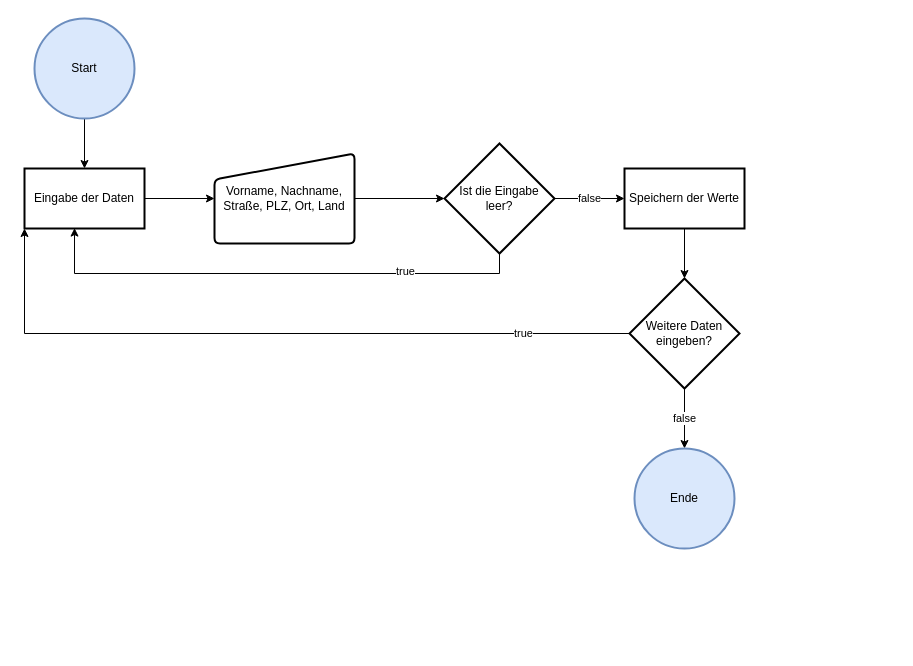
Above: AblaufdiagrammDatenerfassung.drawio in domhags/Datenerfassung_Python (draw.io), before the change. Source tidied: cells renumbered, new cells numbered last; positions are measured from the earlier drawing's top-left corner, leaving out a move shared by most shapes. Both pictures are drawn from the tidied source at 100%, with x=0, y=0 at pixel (24, 18).
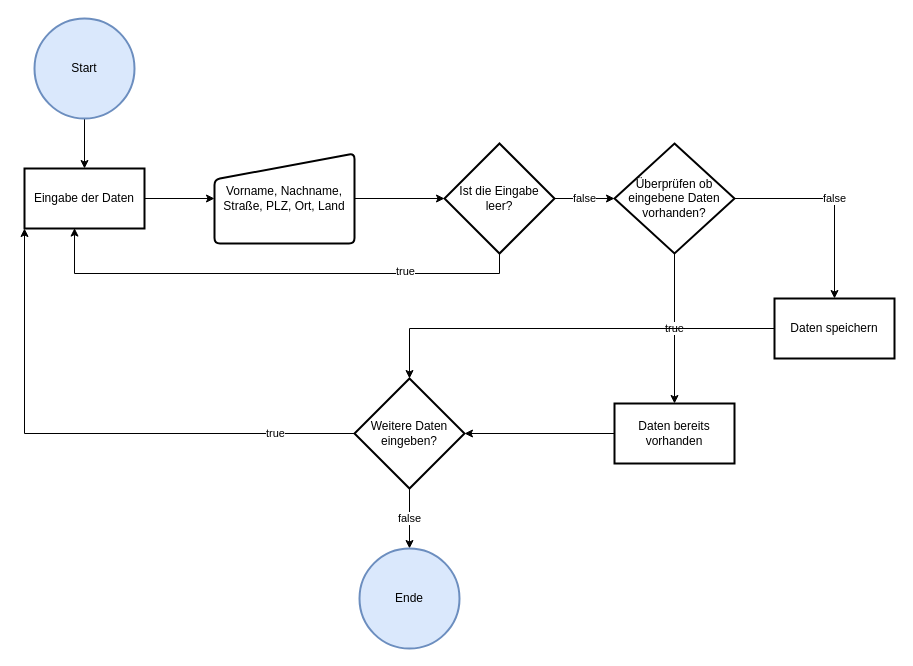
Above is the later version.

Unchanged cells that the change refers to:
```xml
<mxCell id="9" value="Ist die Eingabe leer?" style="rhombus;whiteSpace=wrap;html=1;strokeWidth=2;" parent="1" vertex="1">
  <mxGeometry x="420" y="125" width="110" height="110" as="geometry" />
</mxCell>
```

Diff of the diagram source:
```diff
@@
-    <mxCell id="6" value="false" style="edgeStyle=orthogonalEdgeStyle;rounded=0;jettySize=auto;html=1;" parent="1" edge="1" source="9" target="11">
-      <mxGeometry relative="1" as="geometry" />
-    </mxCell>
@@
+    <mxCell id="19" value="false" style="edgeStyle=orthogonalEdgeStyle;rounded=0;jettySize=auto;html=1;" parent="1" edge="1" source="9" target="22">
+      <mxGeometry relative="1" as="geometry" />
+    </mxCell>
@@
-    <mxCell id="10" style="edgeStyle=orthogonalEdgeStyle;rounded=0;jettySize=auto;html=1;" parent="1" edge="1" source="11" target="17">
-      <mxGeometry relative="1" as="geometry" />
-    </mxCell>
-    <mxCell id="11" value="Speichern der Werte" style="whiteSpace=wrap;html=1;strokeWidth=2;" parent="1" vertex="1">
-      <mxGeometry x="600" y="150" width="120" height="60" as="geometry" />
-    </mxCell>
@@
     <mxCell id="17" value="Weitere Daten eingeben?" style="rhombus;whiteSpace=wrap;html=1;strokeWidth=2;" parent="1" vertex="1">
-      <mxGeometry x="605" y="260" width="110" height="110" as="geometry" />
+      <mxGeometry x="330" y="360" width="110" height="110" as="geometry" />
     </mxCell>
     <mxCell id="18" value="Ende" style="strokeWidth=2;html=1;shape=mxgraph.flowchart.start_2;whiteSpace=wrap;fillColor=#dae8fc;strokeColor=#6c8ebf;" parent="1" vertex="1">
-      <mxGeometry x="610" y="430" width="100" height="100" as="geometry" />
+      <mxGeometry x="335" y="530" width="100" height="100" as="geometry" />
     </mxCell>
+    <mxCell id="20" value="true" style="edgeStyle=orthogonalEdgeStyle;rounded=0;jettySize=auto;html=1;" parent="1" edge="1" source="22" target="24">
+      <mxGeometry relative="1" as="geometry" />
+    </mxCell>
+    <mxCell id="21" value="false" style="edgeStyle=orthogonalEdgeStyle;rounded=0;jettySize=auto;html=1;" parent="1" edge="1" source="22" target="26">
+      <mxGeometry relative="1" as="geometry" />
+    </mxCell>
+    <mxCell id="22" value="Überprüfen ob eingebene Daten vorhanden?" style="rhombus;whiteSpace=wrap;html=1;strokeWidth=2;" parent="1" vertex="1">
+      <mxGeometry x="590" y="125" width="120" height="110" as="geometry" />
+    </mxCell>
+    <mxCell id="23" style="edgeStyle=orthogonalEdgeStyle;rounded=0;jettySize=auto;html=1;entryX=1;entryY=0.5;entryDx=0;entryDy=0;" parent="1" edge="1" source="24" target="17">
+      <mxGeometry relative="1" as="geometry" />
+    </mxCell>
+    <mxCell id="24" value="Daten bereits vorhanden" style="whiteSpace=wrap;html=1;strokeWidth=2;" parent="1" vertex="1">
+      <mxGeometry x="590" y="385" width="120" height="60" as="geometry" />
+    </mxCell>
+    <mxCell id="25" style="edgeStyle=orthogonalEdgeStyle;rounded=0;jettySize=auto;html=1;" parent="1" edge="1" source="26" target="17">
+      <mxGeometry relative="1" as="geometry" />
+    </mxCell>
+    <mxCell id="26" value="Daten speichern" style="whiteSpace=wrap;html=1;strokeWidth=2;" parent="1" vertex="1">
+      <mxGeometry x="750" y="280" width="120" height="60" as="geometry" />
+    </mxCell>
```
